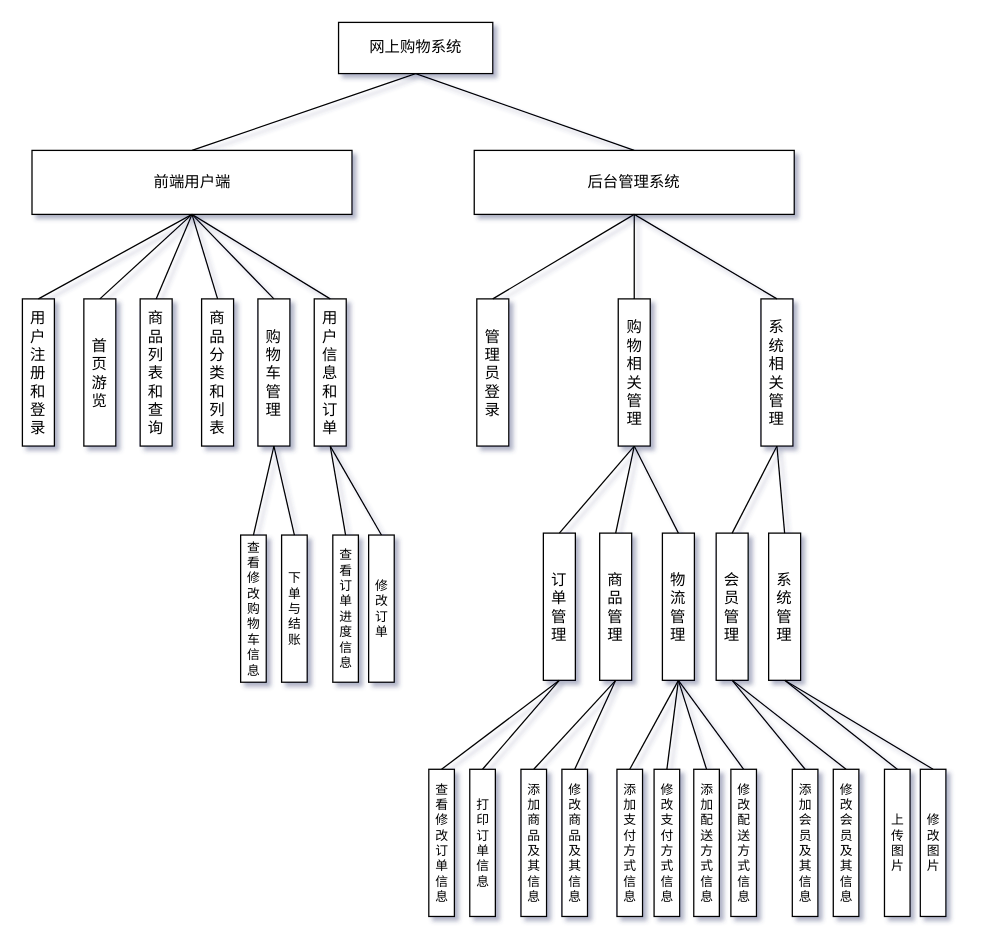
Above: page "第 2 页" (2 of 2) of 未命名绘图.drawio in SET025187/EXERCISE001 (draw.io), before the change. Source tidied: cells renumbered, new cells numbered last; positions are measured from the earlier drawing's top-left corner, leaving out a move shared by most shapes. Both pictures are drawn from the tidied source at 128%, with x=0, y=0 at pixel (-36, 22).
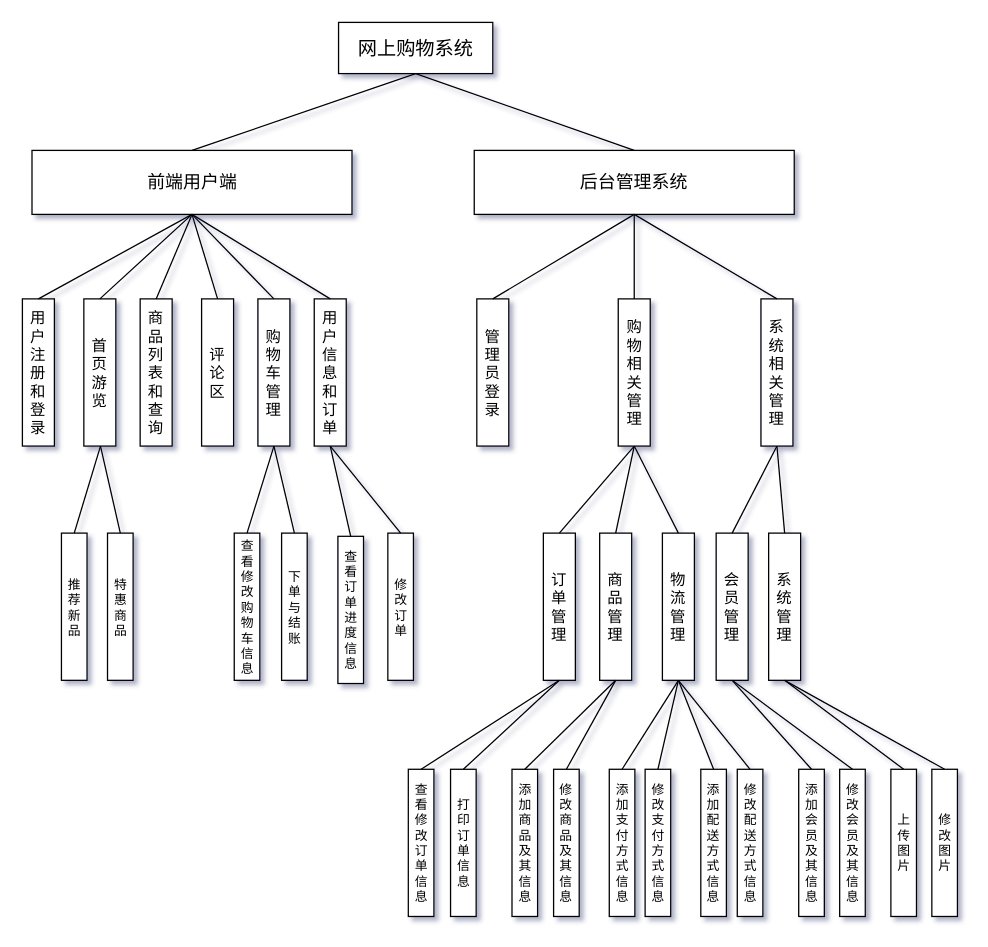
After the change.

Commit message:
更新未命名绘图.drawio

What changed in the source:
```diff
@@
-    <mxCell id="2" value="网上购物系统" style="rounded=0;whiteSpace=wrap;html=1;" parent="1" vertex="1">
+    <mxCell id="2" value="网上购物系统" style="rounded=0;whiteSpace=wrap;html=1;fontSize=15;" parent="1" vertex="1">
       <mxGeometry x="292" width="120.5" height="40" as="geometry" />
     </mxCell>
-    <mxCell id="3" value="前端用户端" style="rounded=0;whiteSpace=wrap;html=1;" parent="1" vertex="1">
+    <mxCell id="3" value="前端用户端" style="rounded=0;whiteSpace=wrap;html=1;fontSize=14;" parent="1" vertex="1">
       <mxGeometry x="52.5" y="100" width="250" height="50" as="geometry" />
     </mxCell>
-    <mxCell id="4" value="后台管理系统" style="rounded=0;whiteSpace=wrap;html=1;" parent="1" vertex="1">
+    <mxCell id="4" value="后台管理系统" style="rounded=0;whiteSpace=wrap;html=1;fontSize=14;" parent="1" vertex="1">
       <mxGeometry x="398" y="100" width="250" height="50" as="geometry" />
     </mxCell>
@@
-    <mxCell id="7" value="商品分类和列表" style="rounded=0;whiteSpace=wrap;html=1;rotation=90;horizontal=0;" parent="1" vertex="1">
+    <mxCell id="7" value="评论区" style="rounded=0;whiteSpace=wrap;html=1;rotation=90;horizontal=0;" parent="1" vertex="1">
       <mxGeometry x="140" y="261" width="115" height="25" as="geometry" />
     </mxCell>
@@
     <mxCell id="31" value="查看修改购物车信息" style="rounded=0;whiteSpace=wrap;html=1;rotation=90;horizontal=0;fontSize=10;" parent="1" vertex="1">
-      <mxGeometry x="168" y="448" width="115" height="20" as="geometry" />
+      <mxGeometry x="163" y="446.5" width="115" height="20" as="geometry" />
     </mxCell>
     <mxCell id="32" value="下单与结账" style="rounded=0;whiteSpace=wrap;html=1;rotation=90;horizontal=0;fontSize=10;" parent="1" vertex="1">
-      <mxGeometry x="200" y="448" width="115" height="20" as="geometry" />
+      <mxGeometry x="200" y="446.5" width="115" height="20" as="geometry" />
     </mxCell>
@@
     <mxCell id="35" value="查看修改订单信息" style="rounded=0;whiteSpace=wrap;html=1;rotation=90;horizontal=0;fontSize=10;" parent="1" vertex="1">
-      <mxGeometry x="315" y="631" width="115" height="20" as="geometry" />
+      <mxGeometry x="299" y="631" width="115" height="20" as="geometry" />
     </mxCell>
     <mxCell id="36" value="打印订单信息" style="rounded=0;whiteSpace=wrap;html=1;rotation=90;horizontal=0;fontSize=10;" parent="1" vertex="1">
-      <mxGeometry x="347" y="631" width="115" height="20" as="geometry" />
+      <mxGeometry x="332" y="631" width="115" height="20" as="geometry" />
     </mxCell>
     <mxCell id="37" value="添加商品及其信息" style="rounded=0;whiteSpace=wrap;html=1;rotation=90;horizontal=0;fontSize=10;" parent="1" vertex="1">
-      <mxGeometry x="387" y="631" width="115" height="20" as="geometry" />
+      <mxGeometry x="380" y="631" width="115" height="20" as="geometry" />
     </mxCell>
@@
     <mxCell id="40" value="修改商品及其信息" style="rounded=0;whiteSpace=wrap;html=1;rotation=90;horizontal=0;fontSize=10;" parent="1" vertex="1">
-      <mxGeometry x="419" y="631" width="115" height="20" as="geometry" />
+      <mxGeometry x="412.5" y="631" width="115" height="20" as="geometry" />
     </mxCell>
     <mxCell id="41" value="添加会员及其信息" style="rounded=0;whiteSpace=wrap;html=1;rotation=90;horizontal=0;fontSize=10;" parent="1" vertex="1">
-      <mxGeometry x="599" y="631" width="115" height="20" as="geometry" />
+      <mxGeometry x="604" y="631" width="115" height="20" as="geometry" />
     </mxCell>
     <mxCell id="42" value="修改会员及其信息" style="rounded=0;whiteSpace=wrap;html=1;rotation=90;horizontal=0;fontSize=10;" parent="1" vertex="1">
-      <mxGeometry x="631" y="631" width="115" height="20" as="geometry" />
+      <mxGeometry x="636" y="631" width="115" height="20" as="geometry" />
     </mxCell>
     <mxCell id="43" value="添加支付方式信息" style="rounded=0;whiteSpace=wrap;html=1;rotation=90;horizontal=0;fontSize=10;" parent="1" vertex="1">
-      <mxGeometry x="462" y="631" width="115" height="20" as="geometry" />
+      <mxGeometry x="456" y="631" width="115" height="20" as="geometry" />
     </mxCell>
     <mxCell id="44" value="修改支付方式信息" style="rounded=0;whiteSpace=wrap;html=1;rotation=90;horizontal=0;fontSize=10;" parent="1" vertex="1">
-      <mxGeometry x="491" y="631" width="115" height="20" as="geometry" />
+      <mxGeometry x="484" y="631" width="115" height="20" as="geometry" />
     </mxCell>
     <mxCell id="45" value="添加配送方式信息" style="rounded=0;whiteSpace=wrap;html=1;rotation=90;horizontal=0;fontSize=10;" parent="1" vertex="1">
-      <mxGeometry x="522" y="631" width="115" height="20" as="geometry" />
+      <mxGeometry x="527.5" y="631" width="115" height="20" as="geometry" />
     </mxCell>
     <mxCell id="46" value="修改配送方式信息" style="rounded=0;whiteSpace=wrap;html=1;rotation=90;horizontal=0;fontSize=10;" parent="1" vertex="1">
-      <mxGeometry x="551" y="631" width="115" height="20" as="geometry" />
+      <mxGeometry x="556" y="631" width="115" height="20" as="geometry" />
     </mxCell>
     <mxCell id="47" value="上传图片" style="rounded=0;whiteSpace=wrap;html=1;rotation=90;horizontal=0;fontSize=10;" parent="1" vertex="1">
-      <mxGeometry x="671" y="631" width="115" height="20" as="geometry" />
+      <mxGeometry x="676" y="631" width="115" height="20" as="geometry" />
     </mxCell>
     <mxCell id="48" value="修改图片" style="rounded=0;whiteSpace=wrap;html=1;rotation=90;horizontal=0;fontSize=10;" parent="1" vertex="1">
-      <mxGeometry x="699" y="631" width="115" height="20" as="geometry" />
+      <mxGeometry x="708" y="631" width="115" height="20" as="geometry" />
     </mxCell>
@@
     <mxCell id="59" value="修改订单" style="rounded=0;whiteSpace=wrap;html=1;rotation=90;horizontal=0;fontSize=10;" parent="1" vertex="1">
-      <mxGeometry x="268" y="448" width="115" height="20" as="geometry" />
+      <mxGeometry x="283" y="446.5" width="115" height="20" as="geometry" />
     </mxCell>
     <mxCell id="60" value="查看订单进度信息" style="rounded=0;whiteSpace=wrap;html=1;rotation=90;horizontal=0;fontSize=10;" parent="1" vertex="1">
-      <mxGeometry x="240" y="448" width="115" height="20" as="geometry" />
+      <mxGeometry x="244" y="449" width="115" height="20" as="geometry" />
     </mxCell>
@@
+    <mxCell id="67" value="推荐新品" style="rounded=0;whiteSpace=wrap;html=1;rotation=90;horizontal=0;fontSize=10;" parent="1" vertex="1">
+      <mxGeometry x="28" y="446.5" width="115" height="20" as="geometry" />
+    </mxCell>
+    <mxCell id="68" value="特惠商品" style="rounded=0;whiteSpace=wrap;html=1;rotation=90;horizontal=0;fontSize=10;" parent="1" vertex="1">
+      <mxGeometry x="64" y="446.5" width="115" height="20" as="geometry" />
+    </mxCell>
+    <mxCell id="69" style="endArrow=none;html=1;rounded=0;exitX=1;exitY=0.5;exitDx=0;exitDy=0;entryX=0;entryY=0.5;entryDx=0;entryDy=0;" parent="1" edge="1" target="67">
+      <mxGeometry relative="1" as="geometry">
+        <mxPoint x="106" y="331" as="sourcePoint" />
+      </mxGeometry>
+    </mxCell>
+    <mxCell id="70" style="endArrow=none;html=1;rounded=0;exitX=1;exitY=0.5;exitDx=0;exitDy=0;entryX=0;entryY=0.5;entryDx=0;entryDy=0;" parent="1" edge="1" target="68">
+      <mxGeometry relative="1" as="geometry">
+        <mxPoint x="106" y="331" as="sourcePoint" />
+      </mxGeometry>
+    </mxCell>
```
